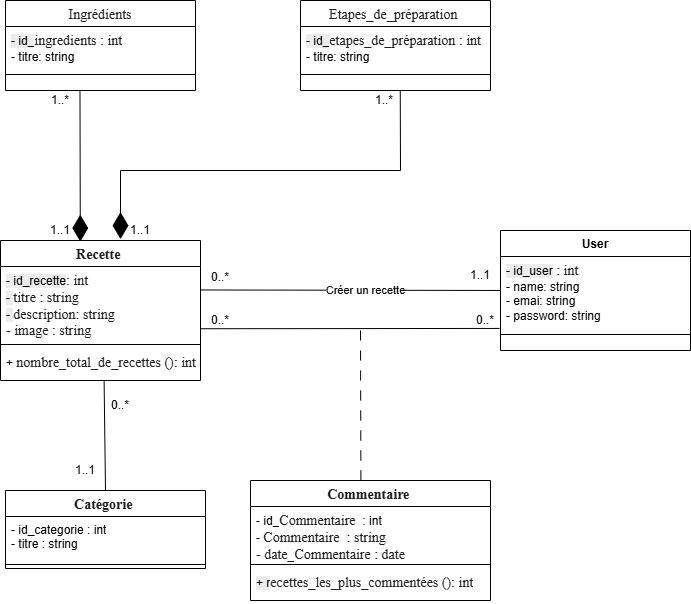
Earlier version of the draw.io export Modélisation/Diagramme_de_classe.png (AZIZABADA10/GESTION-Recettes-Ingr-dients). Source tidied: cells renumbered, new cells last; positions are measured from the earlier drawing's top-left corner, leaving out a move shared by most shapes.
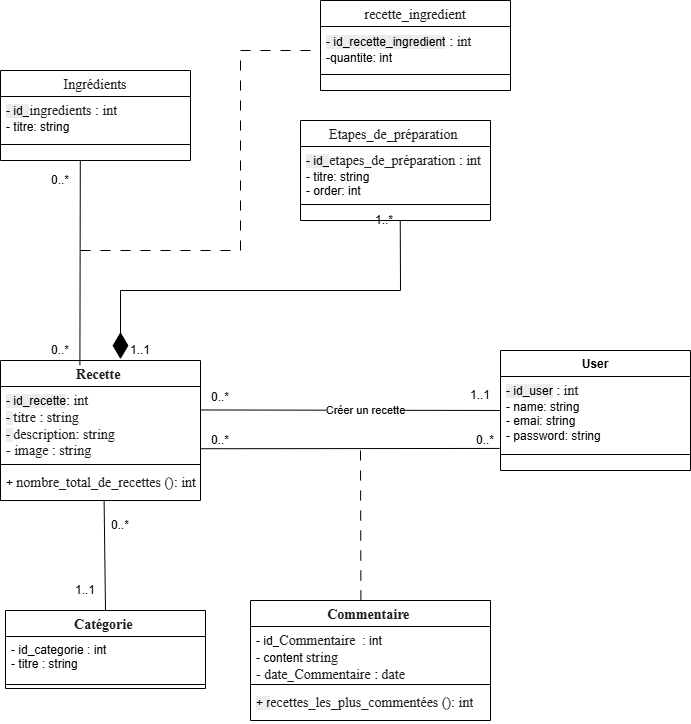
Later version of the same file.

Commit message:
Update class diagram

Change to the diagram source:
```diff
@@ -5,7 +5,7 @@
     <mxCell id="2" value="&lt;span style=&quot;color: rgba(0, 0, 0, 0.88); font-family: &amp;quot;Nunito Sans&amp;quot;, &amp;quot;sans-serif&amp;quot;; font-size: 14px; text-align: start; background-color: rgb(255, 255, 255);&quot;&gt;Commentaire&amp;nbsp;&lt;/span&gt;" style="swimlane;fontStyle=1;align=center;verticalAlign=top;horizontal=1;startSize=26;whiteSpace=wrap;html=1;" parent="1" vertex="1">
       <mxGeometry x="250" y="480" width="240" height="120" as="geometry" />
     </mxCell>
-    <mxCell id="3" value="- id_&lt;span style=&quot;color: rgba(0, 0, 0, 0.88); font-family: &amp;quot;Nunito Sans&amp;quot;, &amp;quot;sans-serif&amp;quot;; font-size: 14px; background-color: rgb(255, 255, 255);&quot;&gt;Commentaire&amp;nbsp;&lt;/span&gt;&amp;nbsp;: int&amp;nbsp;&lt;br&gt;-&amp;nbsp;&lt;span style=&quot;color: rgba(0, 0, 0, 0.88); font-family: &amp;quot;Nunito Sans&amp;quot;, &amp;quot;sans-serif&amp;quot;; font-size: 14px; background-color: rgb(255, 255, 255);&quot;&gt;Commentaire&amp;nbsp;&amp;nbsp;: string&lt;br&gt;- date_&lt;/span&gt;&lt;span style=&quot;color: rgba(0, 0, 0, 0.88); font-family: &amp;quot;Nunito Sans&amp;quot;, &amp;quot;sans-serif&amp;quot;; font-size: 14px; background-color: rgb(255, 255, 255);&quot;&gt;Commentaire&amp;nbsp;: date&lt;/span&gt;" style="text;strokeColor=none;fillColor=none;align=left;verticalAlign=top;spacingLeft=4;spacingRight=4;overflow=hidden;whiteSpace=wrap;html=1;" parent="2" vertex="1">
+    <mxCell id="3" value="- id_&lt;span style=&quot;color: rgba(0, 0, 0, 0.88); font-family: &amp;quot;Nunito Sans&amp;quot;, &amp;quot;sans-serif&amp;quot;; font-size: 14px; background-color: rgb(255, 255, 255);&quot;&gt;Commentaire&amp;nbsp;&lt;/span&gt;&amp;nbsp;: int&amp;nbsp;&lt;br&gt;- content&amp;nbsp;&lt;span style=&quot;background-color: rgb(255, 255, 255); color: rgba(0, 0, 0, 0.88); font-family: &amp;quot;Nunito Sans&amp;quot;, &amp;quot;sans-serif&amp;quot;; font-size: 14px;&quot;&gt;string&lt;/span&gt;&lt;br&gt;&lt;span style=&quot;color: rgba(0, 0, 0, 0.88); font-family: &amp;quot;Nunito Sans&amp;quot;, &amp;quot;sans-serif&amp;quot;; font-size: 14px; background-color: rgb(255, 255, 255);&quot;&gt;- date_&lt;/span&gt;&lt;span style=&quot;color: rgba(0, 0, 0, 0.88); font-family: &amp;quot;Nunito Sans&amp;quot;, &amp;quot;sans-serif&amp;quot;; font-size: 14px; background-color: rgb(255, 255, 255);&quot;&gt;Commentaire&amp;nbsp;: date&lt;/span&gt;" style="text;strokeColor=none;fillColor=none;align=left;verticalAlign=top;spacingLeft=4;spacingRight=4;overflow=hidden;whiteSpace=wrap;html=1;" parent="2" vertex="1">
       <mxGeometry y="26" width="240" height="54" as="geometry" />
     </mxCell>
     <mxCell id="4" style="line;strokeWidth=1;fillColor=none;align=left;verticalAlign=middle;spacingTop=-1;spacingLeft=3;spacingRight=3;labelPosition=right;strokeColor=inherit;" parent="2" vertex="1">
@@ -76,7 +76,7 @@
       <mxGeometry x="470" y="310" width="30" height="20" as="geometry" />
     </mxCell>
     <mxCell id="25" value="&lt;span style=&quot;color: rgba(0, 0, 0, 0.88); font-family: &amp;quot;Nunito Sans&amp;quot;, &amp;quot;sans-serif&amp;quot;; font-size: 14px; font-weight: 400; text-align: left; background-color: rgb(255, 255, 255);&quot;&gt;Ingrédients&lt;/span&gt;" style="swimlane;fontStyle=1;align=center;verticalAlign=top;horizontal=1;startSize=26;whiteSpace=wrap;html=1;" parent="1" vertex="1">
-      <mxGeometry x="5" width="190" height="90" as="geometry" />
+      <mxGeometry y="-50" width="190" height="90" as="geometry" />
     </mxCell>
     <mxCell id="26" value="&lt;div&gt;&lt;span style=&quot;color: rgba(0, 0, 0, 0.88); font-family: &amp;quot;Nunito Sans&amp;quot;, &amp;quot;sans-serif&amp;quot;; font-size: 14px; background-color: rgb(255, 255, 255);&quot;&gt;&lt;span style=&quot;color: rgb(0, 0, 0); font-family: Helvetica; font-size: 12px; background-color: rgb(236, 236, 236);&quot;&gt;- id_&lt;/span&gt;&lt;span style=&quot;color: rgba(0, 0, 0, 0.88); background-color: rgb(255, 255, 255);&quot;&gt;ingredients&amp;nbsp;: int&lt;/span&gt;&lt;/span&gt;&lt;/div&gt;-&amp;nbsp;&lt;span style=&quot;color: rgba(0, 0, 0, 0); font-family: monospace; font-size: 0px; text-wrap-mode: nowrap;&quot;&gt;%3CmxGraphModel%3E%3Croot%3E%3CmxCell%20id%3D%220%22%2F%3E%3CmxCell%20id%3D%221%22%20parent%3D%220%22%2F%3E%3CmxCell%20id%3D%222%22%20value%3D%221..1%22%20style%3D%22text%3Bhtml%3D1%3BwhiteSpace%3Dwrap%3BstrokeColor%3Dnone%3BfillColor%3Dnone%3Balign%3Dcenter%3BverticalAlign%3Dmiddle%3Brounded%3D0%3B%22%20vertex%3D%221%22%20parent%3D%221%22%3E%3CmxGeometry%20x%3D%22110%22%20y%3D%22650%22%20width%3D%2230%22%20height%3D%2220%22%20as%3D%22geometry%22%2F%3E%3C%2FmxCell%3E%3C%2Froot%3E%3C%2FmxGraphModel%titre&lt;/span&gt;titre: string" style="text;strokeColor=none;fillColor=none;align=left;verticalAlign=top;spacingLeft=4;spacingRight=4;overflow=hidden;whiteSpace=wrap;html=1;" parent="25" vertex="1">
       <mxGeometry y="26" width="190" height="44" as="geometry" />
@@ -96,20 +96,17 @@
     <mxCell id="31" value="0..*" style="text;html=1;whiteSpace=wrap;strokeColor=none;fillColor=none;align=center;verticalAlign=middle;rounded=0;" parent="1" vertex="1">
       <mxGeometry x="110" y="400" width="20" height="10" as="geometry" />
     </mxCell>
-    <mxCell id="32" style="endArrow=diamondThin;endFill=1;endSize=24;html=1;rounded=0;exitX=0.392;exitY=0.941;exitDx=0;exitDy=0;exitPerimeter=0;entryX=0.399;entryY=0.008;entryDx=0;entryDy=0;entryPerimeter=0;" parent="1" edge="1" source="28" target="6">
-      <mxGeometry relative="1" as="geometry" />
-    </mxCell>
     <mxCell id="33" value="&lt;span style=&quot;color: rgba(0, 0, 0, 0.88); font-family: &amp;quot;Nunito Sans&amp;quot;, &amp;quot;sans-serif&amp;quot;; font-size: 14px; font-weight: 400; text-align: left; background-color: rgb(255, 255, 255);&quot;&gt;Etapes_de_préparation&amp;nbsp;&lt;/span&gt;" style="swimlane;fontStyle=1;align=center;verticalAlign=top;horizontal=1;startSize=26;whiteSpace=wrap;html=1;" parent="1" vertex="1">
-      <mxGeometry x="300" width="190" height="90" as="geometry" />
+      <mxGeometry x="300" width="190" height="100" as="geometry" />
     </mxCell>
-    <mxCell id="34" value="&lt;div&gt;&lt;span style=&quot;color: rgba(0, 0, 0, 0.88); font-family: &amp;quot;Nunito Sans&amp;quot;, &amp;quot;sans-serif&amp;quot;; font-size: 14px; background-color: rgb(255, 255, 255);&quot;&gt;&lt;span style=&quot;color: rgb(0, 0, 0); font-family: Helvetica; font-size: 12px; background-color: rgb(236, 236, 236);&quot;&gt;- id_&lt;/span&gt;&lt;span style=&quot;color: rgba(0, 0, 0, 0.88); background-color: rgb(255, 255, 255);&quot;&gt;&lt;span style=&quot;color: rgba(0, 0, 0, 0); font-family: monospace; font-size: 0px; text-wrap-mode: nowrap; background-color: rgb(236, 236, 236);&quot;&gt;%3CmxGraphModel%3E%3Croot%3E%3CmxCell%20id%3D%220%22%2F%3E%3CmxCell%20id%3D%221%22%20parent%3D%220%22%2F%3E%3CmxCell%20id%3D%222%22%20value%3D%22%22%20style%3D%22endArrow%3DdiamondThin%3BendFill%3D1%3BendSize%3D24%3Bhtml%3D1%3Brounded%3D0%3BexitX%3D0.498%3BexitY%3D0.952%3BexitDx%3D0%3BexitDy%3D0%3BexitPerimeter%3D0%3BentryX%3D0.5%3BentryY%3D0%3BentryDx%3D0%3BentryDy%3D0%3B%22%20edge%3D%221%22%20parent%3D%221%22%3E%3CmxGeometry%20width%3D%22160%22%20relative%3D%221%22%20as%3D%22geometry%22%3E%3CmxPoint%20x%3D%22140%22%20y%3D%22229%22%20as%3D%22sourcePoint%22%2F%3E%3CmxPoint%20x%3D%22140%22%20y%3D%22390%22%20as%3D%22targetPoint%22%2F%3E%3C%2FmxGeometry%3E%3C%2FmxCell%3E%3C%2Froot%3E%3C%2FmxGraphModel%3EEe&lt;/span&gt;&lt;/span&gt;&lt;/span&gt;&lt;span style=&quot;background-color: rgb(255, 255, 255); color: rgba(0, 0, 0, 0.88); font-family: &amp;quot;Nunito Sans&amp;quot;, &amp;quot;sans-serif&amp;quot;; font-size: 14px;&quot;&gt;etapes_de_préparation&amp;nbsp;&lt;/span&gt;&lt;span style=&quot;background-color: rgb(255, 255, 255); color: rgba(0, 0, 0, 0.88); font-family: &amp;quot;Nunito Sans&amp;quot;, &amp;quot;sans-serif&amp;quot;; font-size: 14px;&quot;&gt;: int&lt;/span&gt;&lt;/div&gt;-&amp;nbsp;&lt;span style=&quot;text-wrap-mode: nowrap; font-size: 0px; font-family: monospace; color: rgba(0, 0, 0, 0);&quot;&gt;%3CmxGraphModel%3E%3Croot%3E%3CmxCell%20id%3D%220%22%2F%3E%3CmxCell%20id%3D%221%22%20parent%3D%220%22%2F%3E%3CmxCell%20id%3D%222%22%20value%3D%221..1%22%20style%3D%22text%3Bhtml%3D1%3BwhiteSpace%3Dwrap%3BstrokeColor%3Dnone%3BfillColor%3Dnone%3Balign%3Dcenter%3BverticalAlign%3Dmiddle%3Brounded%3D0%3B%22%20vertex%3D%221%22%20parent%3D%221%22%3E%3CmxGeometry%20x%3D%22110%22%20y%3D%22650%22%20width%3D%2230%22%20height%3D%2220%22%20as%3D%22geometry%22%2F%3E%3C%2FmxCell%3E%3C%2Froot%3E%3C%2FmxGraphModel%tittret&lt;/span&gt;titre: string" style="text;strokeColor=none;fillColor=none;align=left;verticalAlign=top;spacingLeft=4;spacingRight=4;overflow=hidden;whiteSpace=wrap;html=1;" parent="33" vertex="1">
-      <mxGeometry y="26" width="190" height="44" as="geometry" />
+    <mxCell id="34" value="&lt;div&gt;&lt;span style=&quot;color: rgba(0, 0, 0, 0.88); font-family: &amp;quot;Nunito Sans&amp;quot;, &amp;quot;sans-serif&amp;quot;; font-size: 14px; background-color: rgb(255, 255, 255);&quot;&gt;&lt;span style=&quot;color: rgb(0, 0, 0); font-family: Helvetica; font-size: 12px; background-color: rgb(236, 236, 236);&quot;&gt;- id_&lt;/span&gt;&lt;span style=&quot;color: rgba(0, 0, 0, 0.88); background-color: rgb(255, 255, 255);&quot;&gt;&lt;span style=&quot;color: rgba(0, 0, 0, 0); font-family: monospace; font-size: 0px; text-wrap-mode: nowrap; background-color: rgb(236, 236, 236);&quot;&gt;%3CmxGraphModel%3E%3Croot%3E%3CmxCell%20id%3D%220%22%2F%3E%3CmxCell%20id%3D%221%22%20parent%3D%220%22%2F%3E%3CmxCell%20id%3D%222%22%20value%3D%22%22%20style%3D%22endArrow%3DdiamondThin%3BendFill%3D1%3BendSize%3D24%3Bhtml%3D1%3Brounded%3D0%3BexitX%3D0.498%3BexitY%3D0.952%3BexitDx%3D0%3BexitDy%3D0%3BexitPerimeter%3D0%3BentryX%3D0.5%3BentryY%3D0%3BentryDx%3D0%3BentryDy%3D0%3B%22%20edge%3D%221%22%20parent%3D%221%22%3E%3CmxGeometry%20width%3D%22160%22%20relative%3D%221%22%20as%3D%22geometry%22%3E%3CmxPoint%20x%3D%22140%22%20y%3D%22229%22%20as%3D%22sourcePoint%22%2F%3E%3CmxPoint%20x%3D%22140%22%20y%3D%22390%22%20as%3D%22targetPoint%22%2F%3E%3C%2FmxGeometry%3E%3C%2FmxCell%3E%3C%2Froot%3E%3C%2FmxGraphModel%3EEe&lt;/span&gt;&lt;/span&gt;&lt;/span&gt;&lt;span style=&quot;background-color: rgb(255, 255, 255); color: rgba(0, 0, 0, 0.88); font-family: &amp;quot;Nunito Sans&amp;quot;, &amp;quot;sans-serif&amp;quot;; font-size: 14px;&quot;&gt;etapes_de_préparation&amp;nbsp;&lt;/span&gt;&lt;span style=&quot;background-color: rgb(255, 255, 255); color: rgba(0, 0, 0, 0.88); font-family: &amp;quot;Nunito Sans&amp;quot;, &amp;quot;sans-serif&amp;quot;; font-size: 14px;&quot;&gt;: int&lt;/span&gt;&lt;/div&gt;-&amp;nbsp;&lt;span style=&quot;text-wrap-mode: nowrap; font-size: 0px; font-family: monospace; color: rgba(0, 0, 0, 0);&quot;&gt;%3CmxGraphModel%3E%3Croot%3E%3CmxCell%20id%3D%220%22%2F%3E%3CmxCell%20id%3D%221%22%20parent%3D%220%22%2F%3E%3CmxCell%20id%3D%222%22%20value%3D%221..1%22%20style%3D%22text%3Bhtml%3D1%3BwhiteSpace%3Dwrap%3BstrokeColor%3Dnone%3BfillColor%3Dnone%3Balign%3Dcenter%3BverticalAlign%3Dmiddle%3Brounded%3D0%3B%22%20vertex%3D%221%22%20parent%3D%221%22%3E%3CmxGeometry%20x%3D%22110%22%20y%3D%22650%22%20width%3D%2230%22%20height%3D%2220%22%20as%3D%22geometry%22%2F%3E%3C%2FmxCell%3E%3C%2Froot%3E%3C%2FmxGraphModel%tittret&lt;/span&gt;titre: string&lt;div&gt;- order: int&lt;/div&gt;" style="text;strokeColor=none;fillColor=none;align=left;verticalAlign=top;spacingLeft=4;spacingRight=4;overflow=hidden;whiteSpace=wrap;html=1;" parent="33" vertex="1">
+      <mxGeometry y="26" width="190" height="54" as="geometry" />
     </mxCell>
     <mxCell id="35" style="line;strokeWidth=1;fillColor=none;align=left;verticalAlign=middle;spacingTop=-1;spacingLeft=3;spacingRight=3;labelPosition=right;strokeColor=inherit;" parent="33" vertex="1">
-      <mxGeometry y="70" width="190" height="8" as="geometry" />
+      <mxGeometry y="80" width="190" height="8" as="geometry" />
     </mxCell>
     <mxCell id="36" value="&lt;div&gt;&lt;br&gt;&lt;/div&gt;" style="text;strokeColor=none;fillColor=none;align=left;verticalAlign=top;spacingLeft=4;spacingRight=4;overflow=hidden;points=[[0,0.5],[1,0.5]];portConstraint=eastwest;whiteSpace=wrap;html=1;" parent="33" vertex="1">
-      <mxGeometry y="78" width="190" height="12" as="geometry" />
+      <mxGeometry y="88" width="190" height="12" as="geometry" />
     </mxCell>
     <mxCell id="37" style="endArrow=diamondThin;endFill=1;endSize=24;html=1;rounded=0;exitX=0.525;exitY=1.009;exitDx=0;exitDy=0;exitPerimeter=0;entryX=0.6;entryY=-0.01;entryDx=0;entryDy=0;entryPerimeter=0;" parent="1" edge="1" source="36" target="6">
       <mxGeometry relative="1" as="geometry">
@@ -119,17 +116,42 @@
         </Array>
       </mxGeometry>
     </mxCell>
-    <mxCell id="38" value="1..1" style="text;html=1;whiteSpace=wrap;strokeColor=none;fillColor=none;align=center;verticalAlign=middle;rounded=0;" parent="1" vertex="1">
+    <mxCell id="38" value="0..*" style="text;html=1;whiteSpace=wrap;strokeColor=none;fillColor=none;align=center;verticalAlign=middle;rounded=0;" parent="1" vertex="1">
       <mxGeometry x="50" y="220" width="20" height="20" as="geometry" />
     </mxCell>
     <mxCell id="39" value="1..1" style="text;html=1;whiteSpace=wrap;strokeColor=none;fillColor=none;align=center;verticalAlign=middle;rounded=0;" parent="1" vertex="1">
       <mxGeometry x="130" y="220" width="20" height="20" as="geometry" />
     </mxCell>
-    <mxCell id="40" value="1..*" style="text;html=1;whiteSpace=wrap;strokeColor=none;fillColor=none;align=center;verticalAlign=middle;rounded=0;" parent="1" vertex="1">
-      <mxGeometry x="50" y="90" width="20" height="20" as="geometry" />
+    <mxCell id="40" value="0..*" style="text;html=1;whiteSpace=wrap;strokeColor=none;fillColor=none;align=center;verticalAlign=middle;rounded=0;" parent="1" vertex="1">
+      <mxGeometry x="50" y="50" width="20" height="20" as="geometry" />
     </mxCell>
     <mxCell id="41" value="1..*" style="text;html=1;whiteSpace=wrap;strokeColor=none;fillColor=none;align=center;verticalAlign=middle;rounded=0;" parent="1" vertex="1">
       <mxGeometry x="374" y="90" width="20" height="20" as="geometry" />
     </mxCell>
+    <mxCell id="32" style="html=1;verticalAlign=bottom;labelBackgroundColor=none;endArrow=none;endFill=0;endSize=6;align=left;rounded=0;entryX=0.397;entryY=0.034;entryDx=0;entryDy=0;entryPerimeter=0;exitX=0.42;exitY=0.994;exitDx=0;exitDy=0;exitPerimeter=0;" parent="1" edge="1" source="28" target="6">
+      <mxGeometry x="-1" relative="1" as="geometry" />
+    </mxCell>
+    <mxCell id="42" style="endArrow=none;startArrow=none;endFill=0;startFill=0;endSize=8;html=1;verticalAlign=bottom;dashed=1;labelBackgroundColor=none;dashPattern=10 10;rounded=0;" parent="1" edge="1">
+      <mxGeometry relative="1" as="geometry">
+        <mxPoint x="80" y="130" as="sourcePoint" />
+        <mxPoint x="320" y="-70" as="targetPoint" />
+        <Array as="points">
+          <mxPoint x="240" y="130" />
+          <mxPoint x="240" y="-70" />
+        </Array>
+      </mxGeometry>
+    </mxCell>
+    <mxCell id="43" value="&lt;span style=&quot;color: rgba(0, 0, 0, 0.88); font-family: &amp;quot;Nunito Sans&amp;quot;, &amp;quot;sans-serif&amp;quot;; font-size: 14px; font-weight: 400; text-align: left; background-color: rgb(255, 255, 255);&quot;&gt;recette_ingredient&lt;/span&gt;" style="swimlane;fontStyle=1;align=center;verticalAlign=top;horizontal=1;startSize=26;whiteSpace=wrap;html=1;" parent="1" vertex="1">
+      <mxGeometry x="320" y="-120" width="190" height="90" as="geometry" />
+    </mxCell>
+    <mxCell id="44" value="&lt;div&gt;&lt;span style=&quot;color: rgba(0, 0, 0, 0.88); font-family: &amp;quot;Nunito Sans&amp;quot;, &amp;quot;sans-serif&amp;quot;; font-size: 14px; background-color: rgb(255, 255, 255);&quot;&gt;&lt;span style=&quot;color: rgb(0, 0, 0); font-family: Helvetica; font-size: 12px; background-color: rgb(236, 236, 236);&quot;&gt;- id_recette_ingredient&lt;/span&gt;&lt;/span&gt;&lt;span style=&quot;background-color: rgb(255, 255, 255); color: rgba(0, 0, 0, 0.88);&quot;&gt;&lt;font color=&quot;rgba(0, 0, 0, 0)&quot; face=&quot;monospace&quot;&gt;&lt;span style=&quot;font-size: 0px; text-wrap-mode: nowrap;&quot;&gt;recette_ingredient&lt;/span&gt;&lt;/font&gt;&lt;font color=&quot;rgba(0, 0, 0, 0.88)&quot; face=&quot;Nunito Sans, sans-serif&quot;&gt;&lt;span style=&quot;font-size: 14px;&quot;&gt;&amp;nbsp;&lt;/span&gt;&lt;/font&gt;&lt;/span&gt;&lt;span style=&quot;background-color: rgb(255, 255, 255); color: rgba(0, 0, 0, 0.88); font-family: &amp;quot;Nunito Sans&amp;quot;, &amp;quot;sans-serif&amp;quot;; font-size: 14px;&quot;&gt;: int&lt;/span&gt;&lt;/div&gt;-quantite: int" style="text;strokeColor=none;fillColor=none;align=left;verticalAlign=top;spacingLeft=4;spacingRight=4;overflow=hidden;whiteSpace=wrap;html=1;" parent="43" vertex="1">
+      <mxGeometry y="26" width="190" height="44" as="geometry" />
+    </mxCell>
+    <mxCell id="45" style="line;strokeWidth=1;fillColor=none;align=left;verticalAlign=middle;spacingTop=-1;spacingLeft=3;spacingRight=3;labelPosition=right;strokeColor=inherit;" parent="43" vertex="1">
+      <mxGeometry y="70" width="190" height="8" as="geometry" />
+    </mxCell>
+    <mxCell id="46" value="&lt;div&gt;&lt;br&gt;&lt;/div&gt;" style="text;strokeColor=none;fillColor=none;align=left;verticalAlign=top;spacingLeft=4;spacingRight=4;overflow=hidden;whiteSpace=wrap;html=1;" parent="43" vertex="1">
+      <mxGeometry y="78" width="190" height="12" as="geometry" />
+    </mxCell>
   </root>
 </mxGraphModel>
```
